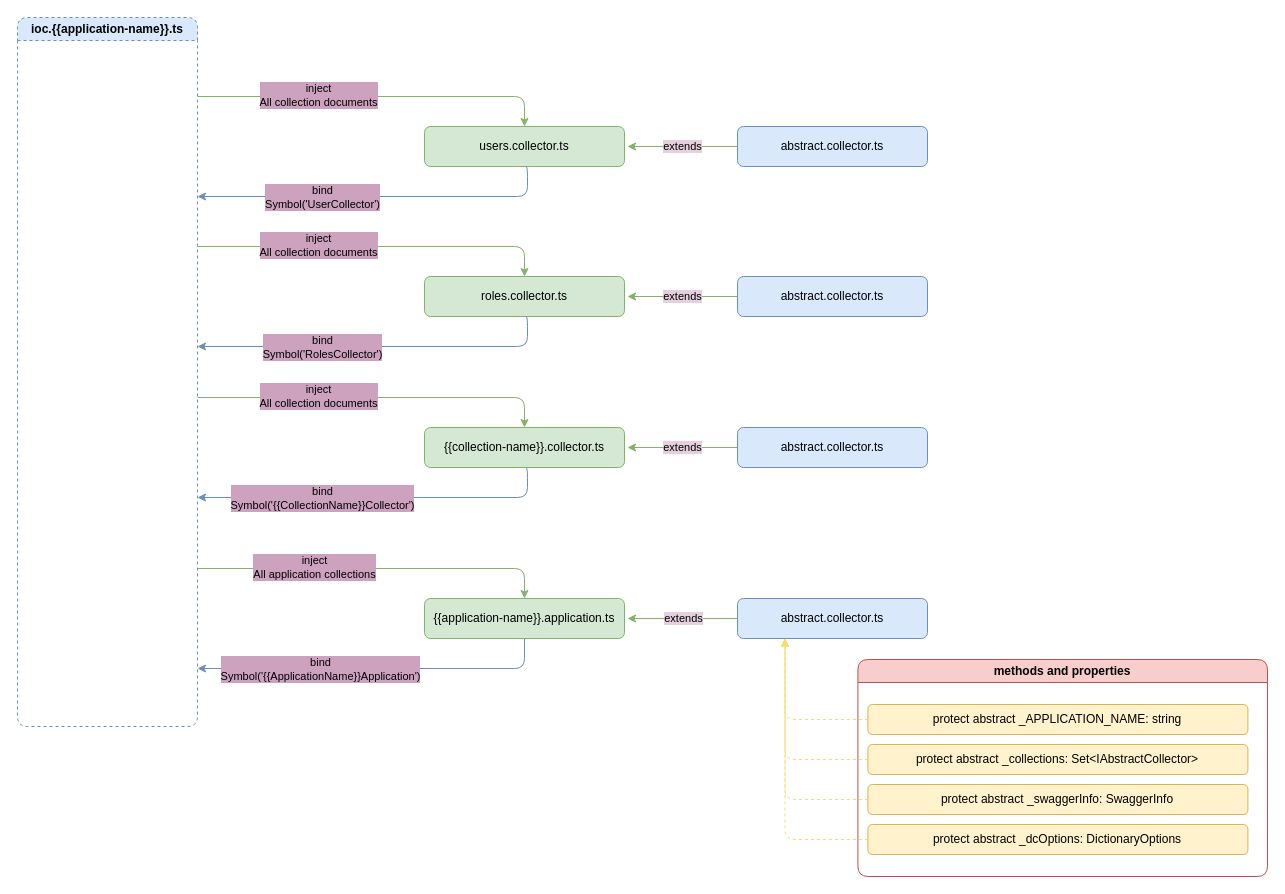
Earlier version of the draw.io diagram documentation/server-platform/drawio/Application-list.drawio (Avelate/avelate-documentation). Source tidied: cells renumbered, new cells numbered last; positions are measured from the earlier drawing's top-left corner, leaving out a move shared by most shapes. Both pictures are drawn from the tidied source at 100%, with x=0, y=0 at pixel (17, 17).
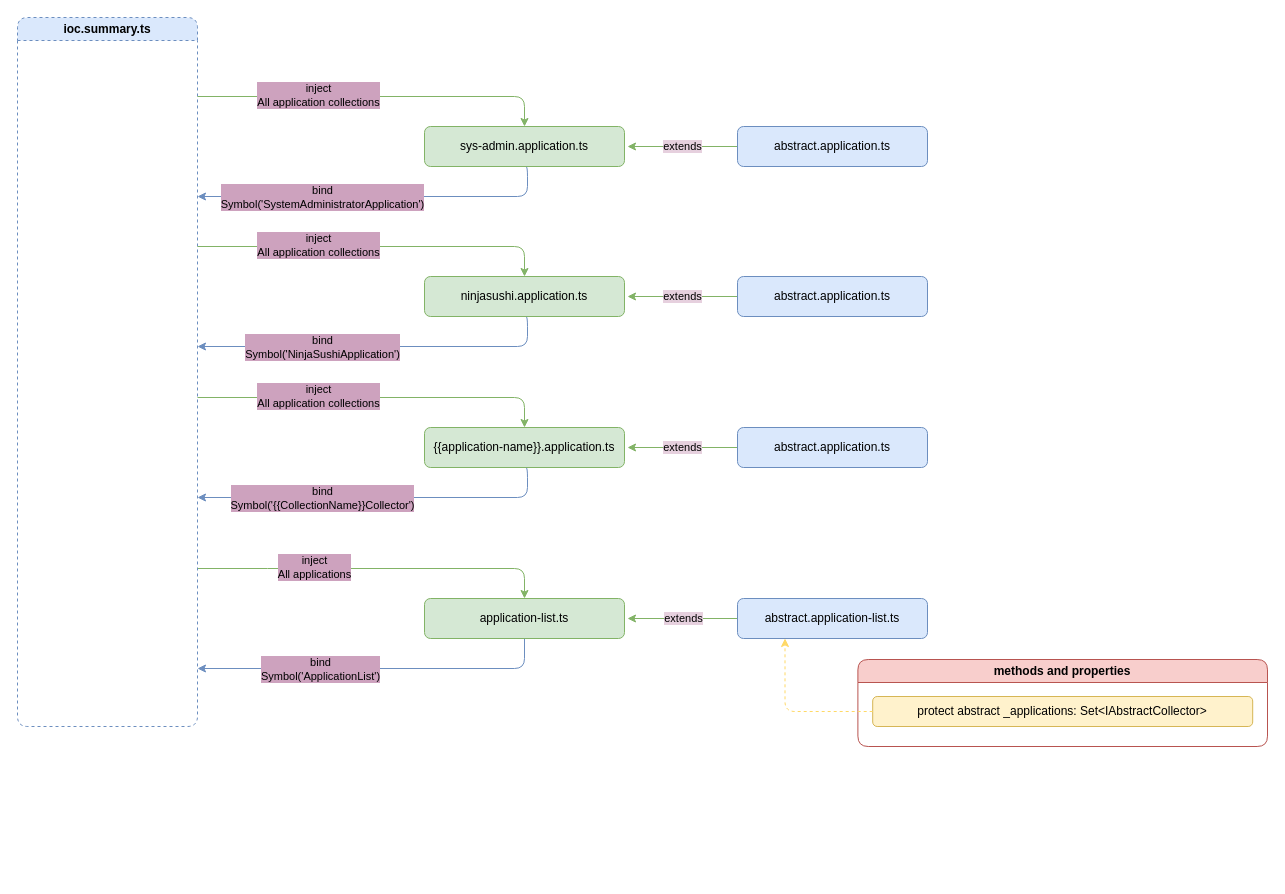
After the change.

Commit message (it also covers changes not shown here):
feat(business-logic): #ApplicationList | add description

The change refers to these unchanged cells:
```xml
<mxCell id="7" style="edgeStyle=orthogonalEdgeStyle;rounded=1;jettySize=auto;html=1;entryX=0.5;entryY=0;entryDx=0;entryDy=0;fillColor=#d5e8d4;strokeColor=#82b366;" parent="1" edge="1" target="11">
  <mxGeometry relative="1" as="geometry">
    <mxPoint x="180" y="551" as="sourcePoint" />
    <Array as="points">
      <mxPoint x="260" y="551" />
      <mxPoint x="580" y="551" />
    </Array>
  </mxGeometry>
</mxCell>
<mxCell id="9" style="edgeStyle=orthogonalEdgeStyle;rounded=1;jettySize=auto;html=1;exitX=0.5;exitY=1;exitDx=0;exitDy=0;fillColor=#dae8fc;strokeColor=#6c8ebf;" parent="1" edge="1" source="11">
  <mxGeometry relative="1" as="geometry">
    <mxPoint x="180" y="651" as="targetPoint" />
    <Array as="points">
      <mxPoint x="507" y="651" />
    </Array>
  </mxGeometry>
</mxCell>
<mxCell id="20" style="edgeStyle=orthogonalEdgeStyle;rounded=1;jettySize=auto;html=1;entryX=0.5;entryY=0;entryDx=0;entryDy=0;fillColor=#d5e8d4;strokeColor=#82b366;" parent="1" edge="1" target="24">
  <mxGeometry relative="1" as="geometry">
    <mxPoint x="180" y="79" as="sourcePoint" />
    <Array as="points">
      <mxPoint x="260" y="79" />
      <mxPoint x="580" y="79" />
    </Array>
  </mxGeometry>
</mxCell>
<mxCell id="22" style="edgeStyle=orthogonalEdgeStyle;rounded=1;jettySize=auto;html=1;exitX=0.5;exitY=1;exitDx=0;exitDy=0;fillColor=#dae8fc;strokeColor=#6c8ebf;" parent="1" edge="1" source="24">
  <mxGeometry relative="1" as="geometry">
    <mxPoint x="180" y="179" as="targetPoint" />
    <Array as="points">
      <mxPoint x="510" y="149" />
      <mxPoint x="510" y="179" />
    </Array>
  </mxGeometry>
</mxCell>
<mxCell id="28" style="edgeStyle=orthogonalEdgeStyle;rounded=1;jettySize=auto;html=1;entryX=0.5;entryY=0;entryDx=0;entryDy=0;fillColor=#d5e8d4;strokeColor=#82b366;" parent="1" edge="1" target="32">
  <mxGeometry relative="1" as="geometry">
    <mxPoint x="180" y="229" as="sourcePoint" />
    <Array as="points">
      <mxPoint x="260" y="229" />
      <mxPoint x="580" y="229" />
    </Array>
  </mxGeometry>
</mxCell>
<mxCell id="30" style="edgeStyle=orthogonalEdgeStyle;rounded=1;jettySize=auto;html=1;exitX=0.5;exitY=1;exitDx=0;exitDy=0;fillColor=#dae8fc;strokeColor=#6c8ebf;" parent="1" edge="1" source="32">
  <mxGeometry relative="1" as="geometry">
    <mxPoint x="180" y="329" as="targetPoint" />
    <Array as="points">
      <mxPoint x="510" y="299" />
      <mxPoint x="510" y="329" />
    </Array>
  </mxGeometry>
</mxCell>
<mxCell id="36" style="edgeStyle=orthogonalEdgeStyle;rounded=1;jettySize=auto;html=1;entryX=0.5;entryY=0;entryDx=0;entryDy=0;fillColor=#d5e8d4;strokeColor=#82b366;" parent="1" edge="1" target="40">
  <mxGeometry relative="1" as="geometry">
    <mxPoint x="180" y="380" as="sourcePoint" />
    <Array as="points">
      <mxPoint x="260" y="380" />
      <mxPoint x="580" y="380" />
    </Array>
  </mxGeometry>
</mxCell>
```

The edit, as a diff of the source:
```diff
@@
     <mxCell id="2" value="methods and properties" style="swimlane;whiteSpace=wrap;html=1;fillColor=#f8cecc;strokeColor=#b85450;rounded=1;" parent="1" vertex="1">
-      <mxGeometry x="840.4" y="642" width="409.6" height="217" as="geometry" />
+      <mxGeometry x="840.4" y="642" width="409.6" height="87" as="geometry" />
     </mxCell>
-    <mxCell id="3" value="protect abstract _APPLICATION_NAME: string" style="rounded=1;whiteSpace=wrap;html=1;fillColor=#fff2cc;strokeColor=#d6b656;" parent="2" vertex="1">
-      <mxGeometry x="10" y="45" width="380" height="30" as="geometry" />
-    </mxCell>
-    <mxCell id="4" value="protect abstract _collections: Set&amp;lt;IAbstractCollector&amp;gt;" style="rounded=1;whiteSpace=wrap;html=1;fillColor=#fff2cc;strokeColor=#d6b656;" parent="2" vertex="1">
-      <mxGeometry x="10" y="85" width="380" height="30" as="geometry" />
+    <mxCell id="4" value="protect abstract _applications: Set&amp;lt;IAbstractCollector&amp;gt;" style="rounded=1;whiteSpace=wrap;html=1;fillColor=#fff2cc;strokeColor=#d6b656;" parent="2" vertex="1">
+      <mxGeometry x="14.8" y="37" width="380" height="30" as="geometry" />
     </mxCell>
-    <mxCell id="5" value="protect abstract _swaggerInfo: SwaggerInfo" style="rounded=1;whiteSpace=wrap;html=1;fillColor=#fff2cc;strokeColor=#d6b656;" parent="2" vertex="1">
-      <mxGeometry x="10" y="125" width="380" height="30" as="geometry" />
-    </mxCell>
-    <mxCell id="6" value="protect abstract _dcOptions: DictionaryOptions" style="rounded=1;whiteSpace=wrap;html=1;fillColor=#fff2cc;strokeColor=#d6b656;" parent="2" vertex="1">
-      <mxGeometry x="10" y="165" width="380" height="30" as="geometry" />
-    </mxCell>
@@
-    <mxCell id="8" value="inject&lt;br&gt;All application collections" style="edgeLabel;html=1;align=center;verticalAlign=middle;labelBackgroundColor=#CDA2BE;" parent="7" vertex="1">
+    <mxCell id="8" value="inject&lt;br&gt;All applications" style="edgeLabel;html=1;align=center;verticalAlign=middle;labelBackgroundColor=#CDA2BE;" parent="7" vertex="1">
       <mxGeometry x="-0.19" y="2" relative="1" as="geometry">
         <mxPoint x="-29" as="offset" />
       </mxGeometry>
     </mxCell>
@@
-    <mxCell id="10" value="bind&lt;br&gt;Symbol('{{ApplicationName}}Application')" style="edgeLabel;html=1;align=center;verticalAlign=middle;labelBackgroundColor=#CDA2BE;" parent="9" vertex="1">
+    <mxCell id="10" value="bind&lt;br&gt;Symbol('ApplicationList')" style="edgeLabel;html=1;align=center;verticalAlign=middle;labelBackgroundColor=#CDA2BE;" parent="9" vertex="1">
       <mxGeometry x="0.34" y="4" relative="1" as="geometry">
         <mxPoint x="4" y="-4" as="offset" />
       </mxGeometry>
     </mxCell>
-    <mxCell id="11" value="{{application-name}}.application.ts" style="rounded=1;whiteSpace=wrap;html=1;fillColor=#d5e8d4;strokeColor=#82b366;" parent="1" vertex="1">
+    <mxCell id="11" value="application-list.ts" style="rounded=1;whiteSpace=wrap;html=1;fillColor=#d5e8d4;strokeColor=#82b366;" parent="1" vertex="1">
       <mxGeometry x="407" y="581" width="200" height="40" as="geometry" />
     </mxCell>
@@
-    <mxCell id="13" value="abstract.collector.ts" style="rounded=1;whiteSpace=wrap;html=1;fillColor=#dae8fc;strokeColor=#6c8ebf;" parent="1" vertex="1">
+    <mxCell id="13" value="abstract.application-list.ts" style="rounded=1;whiteSpace=wrap;html=1;fillColor=#dae8fc;strokeColor=#6c8ebf;" parent="1" vertex="1">
       <mxGeometry x="720" y="581" width="190" height="40" as="geometry" />
     </mxCell>
-    <mxCell id="14" style="edgeStyle=orthogonalEdgeStyle;rounded=1;jettySize=auto;html=1;entryX=0.25;entryY=1;entryDx=0;entryDy=0;exitX=0;exitY=0.5;exitDx=0;exitDy=0;fillColor=#d5e8d4;strokeColor=#FFD966;dashed=1;strokeWidth=1;" parent="1" edge="1" source="3" target="13">
-      <mxGeometry relative="1" as="geometry" />
-    </mxCell>
@@
-    <mxCell id="16" style="edgeStyle=orthogonalEdgeStyle;rounded=1;jettySize=auto;html=1;entryX=0.25;entryY=1;entryDx=0;entryDy=0;exitX=0;exitY=0.5;exitDx=0;exitDy=0;fillColor=#d5e8d4;strokeColor=#FFD966;dashed=1;" parent="1" edge="1" source="5" target="13">
-      <mxGeometry relative="1" as="geometry" />
-    </mxCell>
-    <mxCell id="17" style="edgeStyle=orthogonalEdgeStyle;rounded=1;jettySize=auto;html=1;entryX=0.25;entryY=1;entryDx=0;entryDy=0;exitX=0;exitY=0.5;exitDx=0;exitDy=0;fillColor=#d5e8d4;strokeColor=#FFD966;dashed=1;" parent="1" edge="1" source="6" target="13">
-      <mxGeometry relative="1" as="geometry" />
-    </mxCell>
-    <mxCell id="18" value="ioc.{{application-name}}.ts" style="swimlane;whiteSpace=wrap;html=1;rounded=1;dashed=1;fillColor=#dae8fc;strokeColor=#6c8ebf;" parent="1" vertex="1">
+    <mxCell id="18" value="ioc.summary.ts" style="swimlane;whiteSpace=wrap;html=1;rounded=1;dashed=1;fillColor=#dae8fc;strokeColor=#6c8ebf;" parent="1" vertex="1">
       <mxGeometry width="180" height="709" as="geometry" />
     </mxCell>
@@
-    <mxCell id="21" value="inject&lt;br&gt;All collection documents" style="edgeLabel;html=1;align=center;verticalAlign=middle;labelBackgroundColor=#CDA2BE;" parent="20" vertex="1">
+    <mxCell id="21" value="inject&lt;br&gt;All application collections" style="edgeLabel;html=1;align=center;verticalAlign=middle;labelBackgroundColor=#CDA2BE;" parent="20" vertex="1">
       <mxGeometry x="-0.19" y="2" relative="1" as="geometry">
         <mxPoint x="-25" as="offset" />
       </mxGeometry>
     </mxCell>
@@
-    <mxCell id="23" value="bind&lt;br&gt;Symbol('UserCollector')" style="edgeLabel;html=1;align=center;verticalAlign=middle;labelBackgroundColor=#CDA2BE;" parent="22" vertex="1">
+    <mxCell id="23" value="bind&lt;br&gt;Symbol('SystemAdministratorApplication')" style="edgeLabel;html=1;align=center;verticalAlign=middle;labelBackgroundColor=#CDA2BE;" parent="22" vertex="1">
       <mxGeometry x="0.34" y="4" relative="1" as="geometry">
         <mxPoint x="4" y="-4" as="offset" />
       </mxGeometry>
     </mxCell>
-    <mxCell id="24" value="users.collector.ts" style="rounded=1;whiteSpace=wrap;html=1;fillColor=#d5e8d4;strokeColor=#82b366;" parent="1" vertex="1">
+    <mxCell id="24" value="sys-admin.application.ts" style="rounded=1;whiteSpace=wrap;html=1;fillColor=#d5e8d4;strokeColor=#82b366;" parent="1" vertex="1">
       <mxGeometry x="407" y="109" width="200" height="40" as="geometry" />
     </mxCell>
@@
-    <mxCell id="26" value="abstract.collector.ts" style="rounded=1;whiteSpace=wrap;html=1;fillColor=#dae8fc;strokeColor=#6c8ebf;" parent="1" vertex="1">
+    <mxCell id="26" value="abstract.application.ts" style="rounded=1;whiteSpace=wrap;html=1;fillColor=#dae8fc;strokeColor=#6c8ebf;" parent="1" vertex="1">
       <mxGeometry x="720" y="109" width="190" height="40" as="geometry" />
     </mxCell>
@@
-    <mxCell id="29" value="inject&lt;br&gt;All collection documents" style="edgeLabel;html=1;align=center;verticalAlign=middle;labelBackgroundColor=#CDA2BE;" parent="28" vertex="1">
+    <mxCell id="29" value="inject&lt;br&gt;All application collections" style="edgeLabel;html=1;align=center;verticalAlign=middle;labelBackgroundColor=#CDA2BE;" parent="28" vertex="1">
       <mxGeometry x="-0.19" y="2" relative="1" as="geometry">
         <mxPoint x="-25" as="offset" />
       </mxGeometry>
     </mxCell>
@@
-    <mxCell id="31" value="bind&lt;br&gt;Symbol('RolesCollector')" style="edgeLabel;html=1;align=center;verticalAlign=middle;labelBackgroundColor=#CDA2BE;" parent="30" vertex="1">
+    <mxCell id="31" value="bind&lt;br&gt;Symbol('NinjaSushiApplication')" style="edgeLabel;html=1;align=center;verticalAlign=middle;labelBackgroundColor=#CDA2BE;" parent="30" vertex="1">
       <mxGeometry x="0.34" y="4" relative="1" as="geometry">
         <mxPoint x="4" y="-4" as="offset" />
       </mxGeometry>
     </mxCell>
-    <mxCell id="32" value="roles.collector.ts" style="rounded=1;whiteSpace=wrap;html=1;fillColor=#d5e8d4;strokeColor=#82b366;" parent="1" vertex="1">
+    <mxCell id="32" value="ninjasushi.application.ts" style="rounded=1;whiteSpace=wrap;html=1;fillColor=#d5e8d4;strokeColor=#82b366;" parent="1" vertex="1">
       <mxGeometry x="407" y="259" width="200" height="40" as="geometry" />
     </mxCell>
@@
-    <mxCell id="34" value="abstract.collector.ts" style="rounded=1;whiteSpace=wrap;html=1;fillColor=#dae8fc;strokeColor=#6c8ebf;" parent="1" vertex="1">
+    <mxCell id="34" value="abstract.application.ts" style="rounded=1;whiteSpace=wrap;html=1;fillColor=#dae8fc;strokeColor=#6c8ebf;" parent="1" vertex="1">
       <mxGeometry x="720" y="259" width="190" height="40" as="geometry" />
     </mxCell>
@@
-    <mxCell id="37" value="inject&lt;br&gt;All collection documents" style="edgeLabel;html=1;align=center;verticalAlign=middle;labelBackgroundColor=#CDA2BE;" parent="36" vertex="1">
+    <mxCell id="37" value="inject&lt;br&gt;All application collections" style="edgeLabel;html=1;align=center;verticalAlign=middle;labelBackgroundColor=#CDA2BE;" parent="36" vertex="1">
       <mxGeometry x="-0.19" y="2" relative="1" as="geometry">
         <mxPoint x="-25" as="offset" />
       </mxGeometry>
     </mxCell>
@@
-    <mxCell id="40" value="{{collection-name}}.collector.ts" style="rounded=1;whiteSpace=wrap;html=1;fillColor=#d5e8d4;strokeColor=#82b366;" parent="1" vertex="1">
+    <mxCell id="40" value="{{application-name}}.application.ts" style="rounded=1;whiteSpace=wrap;html=1;fillColor=#d5e8d4;strokeColor=#82b366;" parent="1" vertex="1">
       <mxGeometry x="407" y="410" width="200" height="40" as="geometry" />
     </mxCell>
@@
-    <mxCell id="42" value="abstract.collector.ts" style="rounded=1;whiteSpace=wrap;html=1;fillColor=#dae8fc;strokeColor=#6c8ebf;" parent="1" vertex="1">
+    <mxCell id="42" value="abstract.application.ts" style="rounded=1;whiteSpace=wrap;html=1;fillColor=#dae8fc;strokeColor=#6c8ebf;" parent="1" vertex="1">
       <mxGeometry x="720" y="410" width="190" height="40" as="geometry" />
     </mxCell>
```
